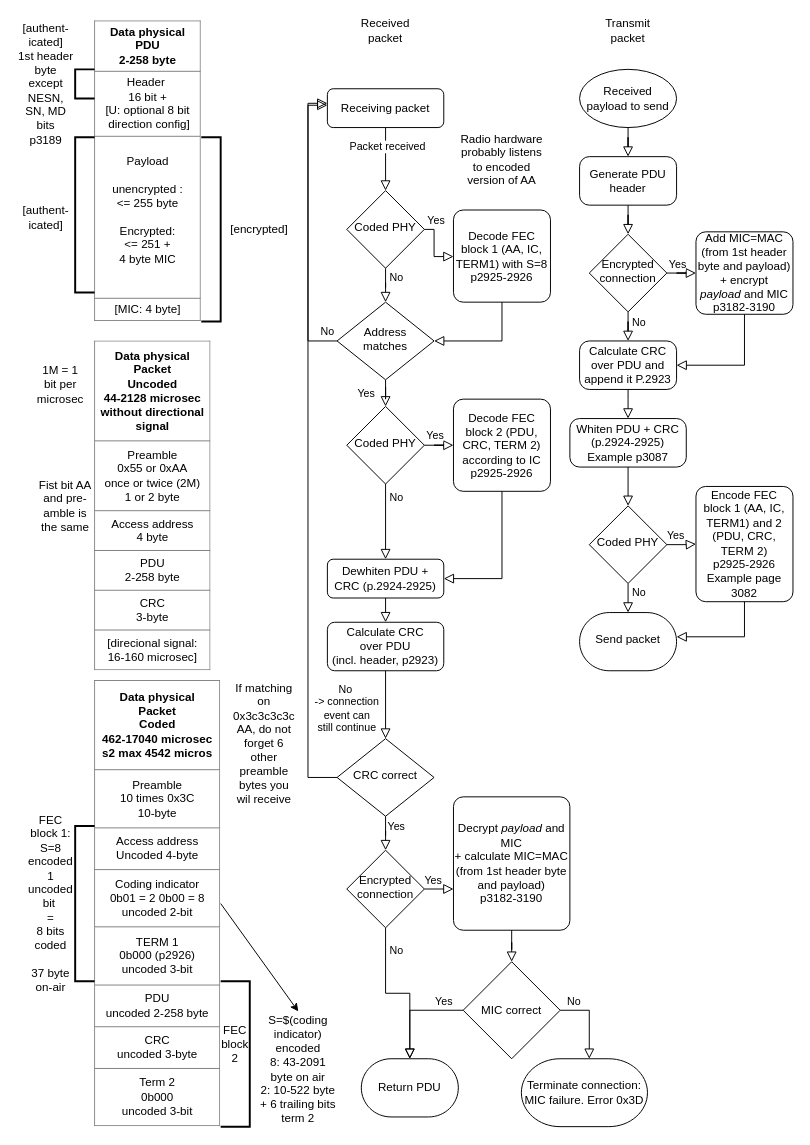
Before: page "bit_stream_processing" (1 of 6) of diagrams/ble_control_layer.drawio in ThomasBamelis/jambler-nRF52, a draw.io diagram. Source tidied: cells renumbered, new cells numbered last; positions are measured from the earlier drawing's top-left corner, leaving out a move shared by most shapes. Both pictures are drawn from the tidied source at 97%, with x=0, y=0 at pixel (16, 20).
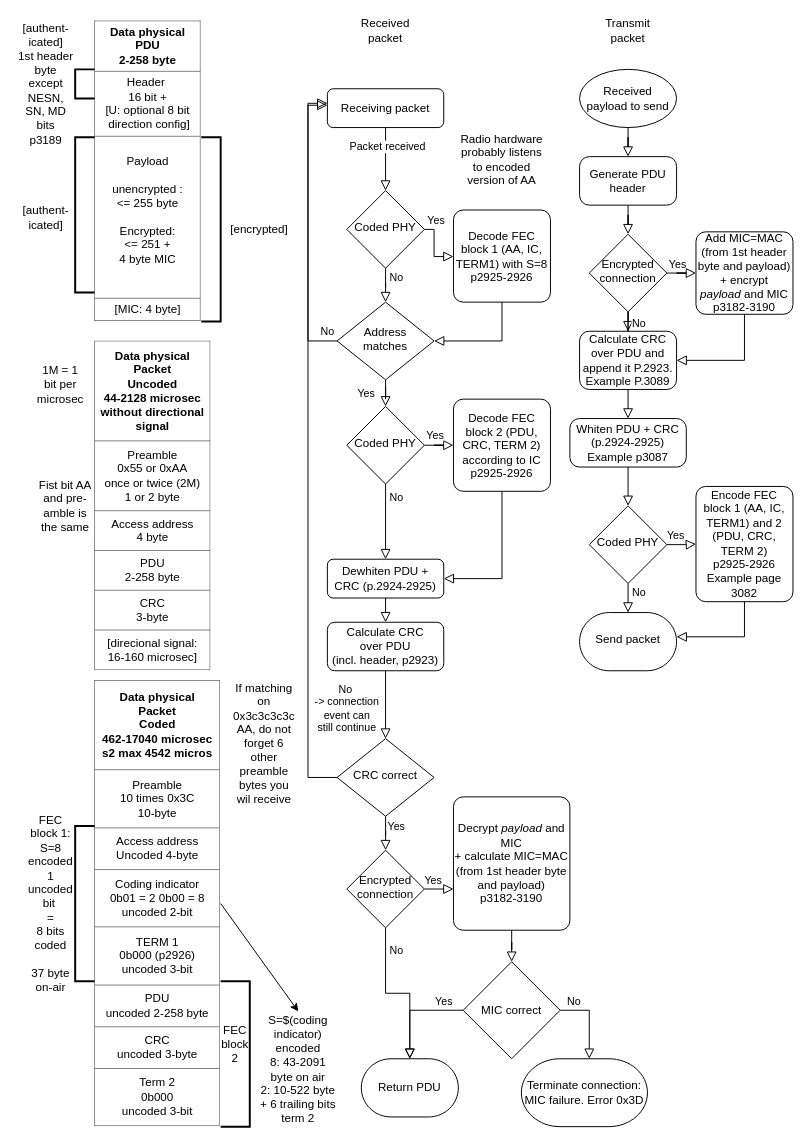
After the change.

Unchanged cells that the change refers to:
```xml
<mxCell id="22" value="Add MIC=MAC (from 1st header byte and payload)&lt;br&gt;+ encrypt &lt;i&gt;payload&lt;/i&gt;&amp;nbsp;and MIC&lt;br&gt;p3182-3190" style="rounded=1;whiteSpace=wrap;html=1;absoluteArcSize=1;strokeWidth=1;shadow=0;glass=0;" parent="1" vertex="1">
  <mxGeometry x="700" y="217.5" width="100" height="85" as="geometry" />
</mxCell>
```

The edit, as a diff of the source:
```diff
@@
-    <mxCell id="17" value="Calculate CRC over PDU and append it P.2923" style="rounded=1;whiteSpace=wrap;html=1;absoluteArcSize=1;strokeWidth=1;shadow=0;glass=0;" parent="1" vertex="1">
-      <mxGeometry x="580" y="330" width="100" height="50" as="geometry" />
+    <mxCell id="17" value="Calculate CRC over PDU and append it P.2923. Example P.3089" style="rounded=1;whiteSpace=wrap;html=1;absoluteArcSize=1;strokeWidth=1;shadow=0;glass=0;" parent="1" vertex="1">
+      <mxGeometry x="580" y="320" width="100" height="60" as="geometry" />
     </mxCell>
@@
     <mxCell id="23" style="rounded=0;html=1;jettySize=auto;fontSize=11;endArrow=block;endFill=0;endSize=8;strokeWidth=1;shadow=0;labelBackgroundColor=none;edgeStyle=orthogonalEdgeStyle;entryX=1;entryY=0.5;entryDx=0;entryDy=0;" parent="1" edge="1" source="22" target="17">
       <mxGeometry y="20" relative="1" as="geometry">
         <Array as="points">
-          <mxPoint x="750" y="355" />
+          <mxPoint x="750" y="350" />
         </Array>
       </mxGeometry>
     </mxCell>
```
